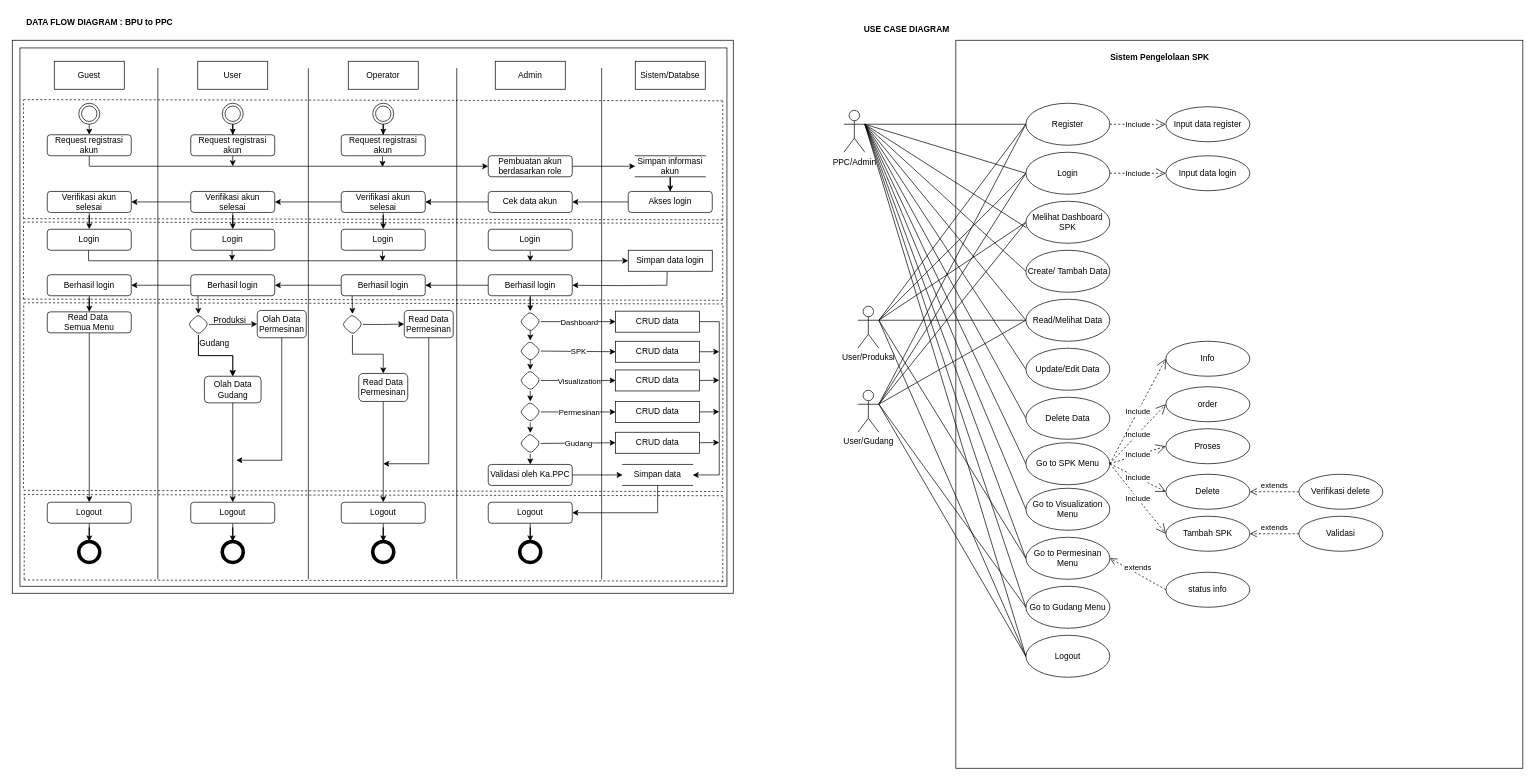
Before: UCD progres rev.drawio in rdhst/ena-me-project, a draw.io diagram. Source tidied: cells renumbered, new cells numbered last; positions are measured from the earlier drawing's top-left corner, leaving out a move shared by most shapes. Both pictures are drawn from the tidied source at 70%, with x=0, y=0 at pixel (12, 12).
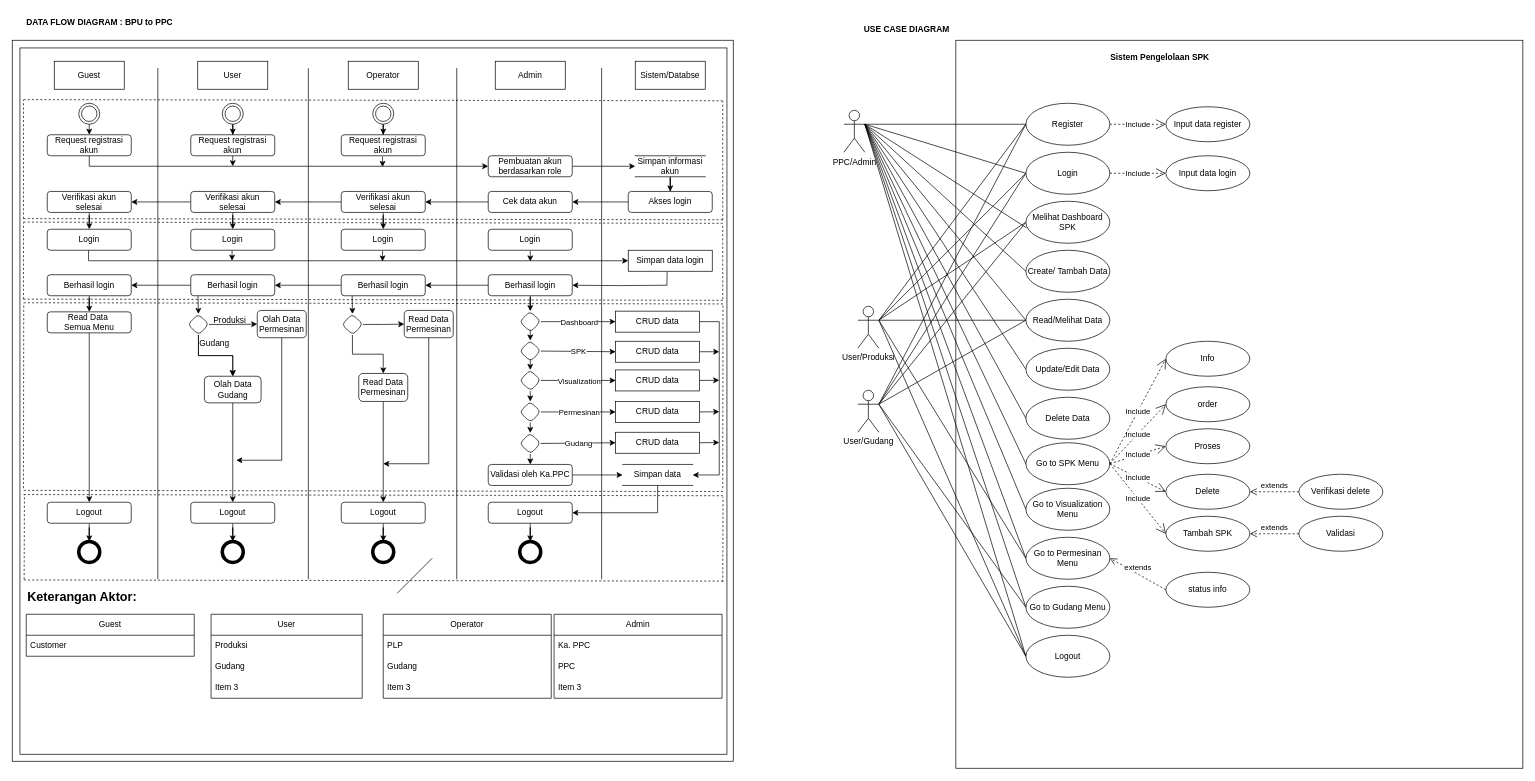
The same page after the edit.

Commit message:
UCD-DFD

What changed in the source:
```diff
@@
     <mxCell id="65" style="rounded=0;whiteSpace=wrap;html=1;" parent="1" vertex="1">
-      <mxGeometry y="40" width="1030" height="790" as="geometry" />
+      <mxGeometry y="40" width="1030" height="1030" as="geometry" />
     </mxCell>
     <mxCell id="66" style="rounded=0;whiteSpace=wrap;html=1;" parent="1" vertex="1">
-      <mxGeometry x="11" y="51" width="1010" height="769" as="geometry" />
+      <mxGeometry x="11" y="51" width="1010" height="1009" as="geometry" />
     </mxCell>
@@
+    <mxCell id="209" value="&lt;b&gt;&lt;font style=&quot;font-size: 18px;&quot;&gt;Keterangan Aktor:&lt;/font&gt;&lt;/b&gt;" style="text;html=1;align=center;verticalAlign=middle;whiteSpace=wrap;rounded=0;" parent="1" vertex="1">
+      <mxGeometry x="20" y="820" width="160" height="30" as="geometry" />
+    </mxCell>
+    <mxCell id="210" style="endArrow=none;html=1;rounded=0;" parent="1" edge="1">
+      <mxGeometry relative="1" as="geometry">
+        <mxPoint x="550" y="830" as="sourcePoint" />
+        <mxPoint x="600" y="780" as="targetPoint" />
+      </mxGeometry>
+    </mxCell>
+    <mxCell id="211" value="Guest" style="swimlane;fontStyle=0;horizontal=1;startSize=30;whiteSpace=wrap;html=1;" parent="1" vertex="1">
+      <mxGeometry x="20" y="860" width="240" height="60" as="geometry" />
+    </mxCell>
+    <mxCell id="212" value="Customer" style="text;strokeColor=none;fillColor=none;align=left;verticalAlign=middle;spacingLeft=4;spacingRight=4;overflow=hidden;whiteSpace=wrap;html=1;" parent="211" vertex="1">
+      <mxGeometry y="30" width="240" height="30" as="geometry" />
+    </mxCell>
+    <mxCell id="213" value="User" style="swimlane;fontStyle=0;horizontal=1;startSize=30;whiteSpace=wrap;html=1;" parent="1" vertex="1">
+      <mxGeometry x="284" y="860" width="216" height="120" as="geometry" />
+    </mxCell>
+    <mxCell id="214" value="Produksi" style="text;strokeColor=none;fillColor=none;align=left;verticalAlign=middle;spacingLeft=4;spacingRight=4;overflow=hidden;whiteSpace=wrap;html=1;" parent="213" vertex="1">
+      <mxGeometry y="30" width="216" height="30" as="geometry" />
+    </mxCell>
+    <mxCell id="215" value="Gudang" style="text;strokeColor=none;fillColor=none;align=left;verticalAlign=middle;spacingLeft=4;spacingRight=4;overflow=hidden;whiteSpace=wrap;html=1;" parent="213" vertex="1">
+      <mxGeometry y="60" width="216" height="30" as="geometry" />
+    </mxCell>
+    <mxCell id="216" value="Item 3" style="text;strokeColor=none;fillColor=none;align=left;verticalAlign=middle;spacingLeft=4;spacingRight=4;overflow=hidden;whiteSpace=wrap;html=1;" parent="213" vertex="1">
+      <mxGeometry y="90" width="216" height="30" as="geometry" />
+    </mxCell>
+    <mxCell id="217" value="Operator" style="swimlane;fontStyle=0;horizontal=1;startSize=30;whiteSpace=wrap;html=1;" parent="1" vertex="1">
+      <mxGeometry x="530" y="860" width="240" height="120" as="geometry" />
+    </mxCell>
+    <mxCell id="218" value="PLP" style="text;strokeColor=none;fillColor=none;align=left;verticalAlign=middle;spacingLeft=4;spacingRight=4;overflow=hidden;whiteSpace=wrap;html=1;" parent="217" vertex="1">
+      <mxGeometry y="30" width="240" height="30" as="geometry" />
+    </mxCell>
+    <mxCell id="219" value="Gudang" style="text;strokeColor=none;fillColor=none;align=left;verticalAlign=middle;spacingLeft=4;spacingRight=4;overflow=hidden;whiteSpace=wrap;html=1;" parent="217" vertex="1">
+      <mxGeometry y="60" width="240" height="30" as="geometry" />
+    </mxCell>
+    <mxCell id="220" value="Item 3" style="text;strokeColor=none;fillColor=none;align=left;verticalAlign=middle;spacingLeft=4;spacingRight=4;overflow=hidden;whiteSpace=wrap;html=1;" parent="217" vertex="1">
+      <mxGeometry y="90" width="240" height="30" as="geometry" />
+    </mxCell>
+    <mxCell id="221" value="Admin" style="swimlane;fontStyle=0;horizontal=1;startSize=30;whiteSpace=wrap;html=1;" parent="1" vertex="1">
+      <mxGeometry x="774" y="860" width="240" height="120" as="geometry" />
+    </mxCell>
+    <mxCell id="222" value="Ka. PPC" style="text;strokeColor=none;fillColor=none;align=left;verticalAlign=middle;spacingLeft=4;spacingRight=4;overflow=hidden;whiteSpace=wrap;html=1;" parent="221" vertex="1">
+      <mxGeometry y="30" width="240" height="30" as="geometry" />
+    </mxCell>
+    <mxCell id="223" value="PPC" style="text;strokeColor=none;fillColor=none;align=left;verticalAlign=middle;spacingLeft=4;spacingRight=4;overflow=hidden;whiteSpace=wrap;html=1;" parent="221" vertex="1">
+      <mxGeometry y="60" width="240" height="30" as="geometry" />
+    </mxCell>
+    <mxCell id="224" value="Item 3" style="text;strokeColor=none;fillColor=none;align=left;verticalAlign=middle;spacingLeft=4;spacingRight=4;overflow=hidden;whiteSpace=wrap;html=1;" parent="221" vertex="1">
+      <mxGeometry y="90" width="240" height="30" as="geometry" />
+    </mxCell>
```
